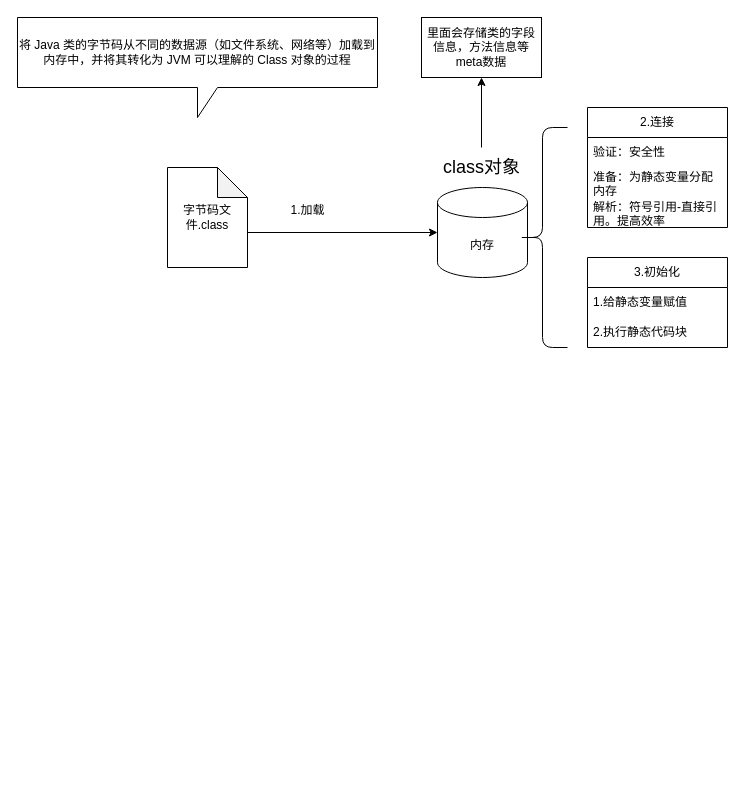
Above: 类加载器.drawio in beyondgogogo/Graph (draw.io), before the change. Source tidied: cells renumbered, new cells numbered last; positions are measured from the earlier drawing's top-left corner, leaving out a move shared by most shapes. Both pictures are drawn from the tidied source at 100%, with x=0, y=0 at pixel (17, 17).
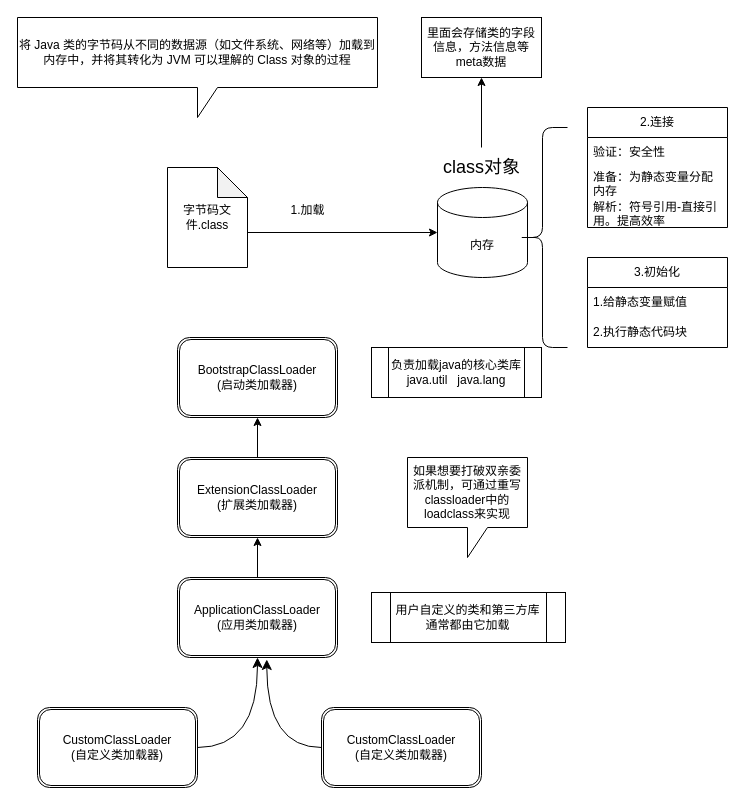
The same diagram, later.

Commit message (it also covers changes not shown here):
更新类加载器.drawio

What changed in the source:
```diff
@@
+    <mxCell id="18" value="BootstrapClassLoader&lt;div&gt;(启动类加载器)&lt;/div&gt;" style="shape=ext;double=1;rounded=1;whiteSpace=wrap;html=1;" parent="1" vertex="1">
+      <mxGeometry x="160" y="320" width="160" height="80" as="geometry" />
+    </mxCell>
+    <mxCell id="19" value="ExtensionClassLoader&lt;div&gt;(扩展类加载器)&lt;/div&gt;" style="shape=ext;double=1;rounded=1;whiteSpace=wrap;html=1;" parent="1" vertex="1">
+      <mxGeometry x="160" y="440" width="160" height="80" as="geometry" />
+    </mxCell>
+    <mxCell id="20" value="ApplicationClassLoader&lt;div&gt;(应用类加载器)&lt;/div&gt;" style="shape=ext;double=1;rounded=1;whiteSpace=wrap;html=1;" parent="1" vertex="1">
+      <mxGeometry x="160" y="560" width="160" height="80" as="geometry" />
+    </mxCell>
+    <mxCell id="21" value="CustomClassLoader&lt;div&gt;(自定义类加载器)&lt;/div&gt;" style="shape=ext;double=1;rounded=1;whiteSpace=wrap;html=1;" parent="1" vertex="1">
+      <mxGeometry x="20" y="690" width="160" height="80" as="geometry" />
+    </mxCell>
+    <mxCell id="22" value="CustomClassLoader&lt;div&gt;(自定义类加载器)&lt;/div&gt;" style="shape=ext;double=1;rounded=1;whiteSpace=wrap;html=1;" parent="1" vertex="1">
+      <mxGeometry x="304" y="690" width="160" height="80" as="geometry" />
+    </mxCell>
+    <mxCell id="23" style="edgeStyle=segmentEdgeStyle;endArrow=classic;html=1;curved=1;rounded=0;endSize=8;startSize=8;exitX=1;exitY=0.5;exitDx=0;exitDy=0;entryX=0.5;entryY=1;entryDx=0;entryDy=0;" parent="1" edge="1" source="21" target="20">
+      <mxGeometry relative="1" as="geometry" />
+    </mxCell>
+    <mxCell id="24" style="edgeStyle=segmentEdgeStyle;endArrow=classic;html=1;curved=1;rounded=0;endSize=8;startSize=8;exitX=0;exitY=0.5;exitDx=0;exitDy=0;entryX=0.558;entryY=1.025;entryDx=0;entryDy=0;entryPerimeter=0;" parent="1" edge="1" source="22" target="20">
+      <mxGeometry relative="1" as="geometry" />
+    </mxCell>
+    <mxCell id="25" style="endArrow=classic;html=1;rounded=0;exitX=0.5;exitY=0;exitDx=0;exitDy=0;entryX=0.5;entryY=1;entryDx=0;entryDy=0;" parent="1" edge="1" source="20" target="19">
+      <mxGeometry relative="1" as="geometry" />
+    </mxCell>
+    <mxCell id="26" style="endArrow=classic;html=1;rounded=0;entryX=0.5;entryY=1;entryDx=0;entryDy=0;exitX=0.5;exitY=0;exitDx=0;exitDy=0;" parent="1" edge="1" source="19" target="18">
+      <mxGeometry relative="1" as="geometry" />
+    </mxCell>
+    <mxCell id="27" value="负责加载java的核心类库&lt;br&gt;java.util&amp;nbsp; &amp;nbsp;java.lang" style="shape=process;whiteSpace=wrap;html=1;backgroundOutline=1;" parent="1" vertex="1">
+      <mxGeometry x="354" y="330" width="170" height="50" as="geometry" />
+    </mxCell>
+    <mxCell id="28" value="用户自定义的类和第三方库通常都由它加载" style="shape=process;whiteSpace=wrap;html=1;backgroundOutline=1;" parent="1" vertex="1">
+      <mxGeometry x="354" y="575" width="194" height="50" as="geometry" />
+    </mxCell>
+    <mxCell id="29" value="如果想要打破双亲委派机制，可通过重写classloader中的loadclass来实现" style="shape=callout;whiteSpace=wrap;html=1;perimeter=calloutPerimeter;" parent="1" vertex="1">
+      <mxGeometry x="390" y="440" width="120" height="100" as="geometry" />
+    </mxCell>
```
